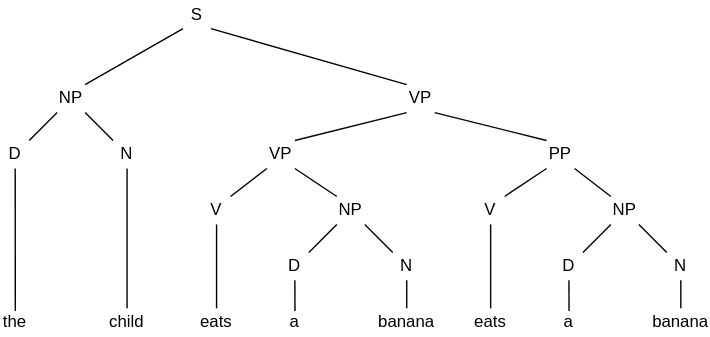
Earlier version of the draw.io export Untitled Diagram.drawio.svg (WassayShahid/Draw.io). Source tidied: cells renumbered, new cells last; positions are measured from the earlier drawing's top-left corner, leaving out a move shared by most shapes.
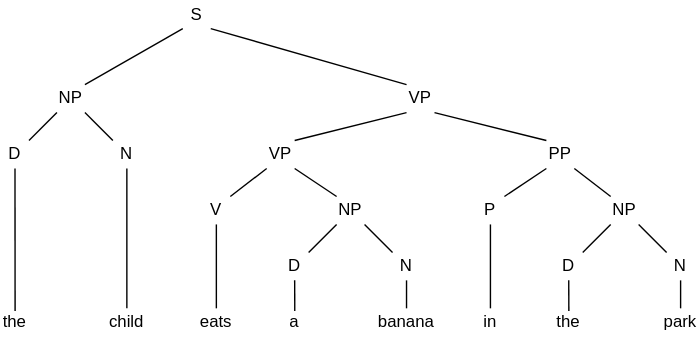
After the change.

Diff of the diagram source:
```diff
@@ -101,10 +101,10 @@
     <mxCell id="34" style="endArrow=none;html=1;rounded=0;entryX=1;entryY=1;entryDx=0;entryDy=0;exitX=0;exitY=0;exitDx=0;exitDy=0;" parent="1" edge="1" source="33" target="41">
       <mxGeometry relative="1" as="geometry" />
     </mxCell>
-    <mxCell id="35" value="a" style="text;html=1;align=center;verticalAlign=middle;whiteSpace=wrap;rounded=0;" parent="1" vertex="1">
+    <mxCell id="35" value="the" style="text;html=1;align=center;verticalAlign=middle;whiteSpace=wrap;rounded=0;" parent="1" vertex="1">
       <mxGeometry x="396" y="220" width="20" height="20" as="geometry" />
     </mxCell>
-    <mxCell id="36" value="banana" style="text;html=1;align=center;verticalAlign=middle;whiteSpace=wrap;rounded=0;" parent="1" vertex="1">
+    <mxCell id="36" value="park" style="text;html=1;align=center;verticalAlign=middle;whiteSpace=wrap;rounded=0;" parent="1" vertex="1">
       <mxGeometry x="476" y="220" width="20" height="20" as="geometry" />
     </mxCell>
     <mxCell id="37" style="endArrow=none;html=1;rounded=0;entryX=0.5;entryY=1;entryDx=0;entryDy=0;exitX=0.5;exitY=0;exitDx=0;exitDy=0;" parent="1" edge="1" source="36" target="33">
@@ -113,7 +113,7 @@
     <mxCell id="38" style="endArrow=none;html=1;rounded=0;entryX=0.5;entryY=1;entryDx=0;entryDy=0;exitX=0.504;exitY=0.096;exitDx=0;exitDy=0;exitPerimeter=0;" parent="1" edge="1" source="35" target="31">
       <mxGeometry relative="1" as="geometry" />
     </mxCell>
-    <mxCell id="39" value="V" style="text;html=1;align=center;verticalAlign=middle;whiteSpace=wrap;rounded=0;" parent="1" vertex="1">
+    <mxCell id="39" value="P" style="text;html=1;align=center;verticalAlign=middle;whiteSpace=wrap;rounded=0;" parent="1" vertex="1">
       <mxGeometry x="340" y="140" width="20" height="20" as="geometry" />
     </mxCell>
     <mxCell id="40" style="endArrow=none;html=1;rounded=0;entryX=0;entryY=1;entryDx=0;entryDy=0;exitX=1;exitY=0;exitDx=0;exitDy=0;" parent="1" edge="1" source="39" target="12">
@@ -131,7 +131,7 @@
     <mxCell id="44" style="endArrow=none;html=1;rounded=0;exitX=0.5;exitY=0;exitDx=0;exitDy=0;entryX=0.5;entryY=1;entryDx=0;entryDy=0;" parent="1" edge="1" source="43" target="27">
       <mxGeometry relative="1" as="geometry" />
     </mxCell>
-    <mxCell id="45" value="eats" style="text;html=1;align=center;verticalAlign=middle;whiteSpace=wrap;rounded=0;" parent="1" vertex="1">
+    <mxCell id="45" value="in" style="text;html=1;align=center;verticalAlign=middle;whiteSpace=wrap;rounded=0;" parent="1" vertex="1">
       <mxGeometry x="340" y="220" width="20" height="20" as="geometry" />
     </mxCell>
     <mxCell id="46" style="endArrow=none;html=1;rounded=0;exitX=0.5;exitY=0;exitDx=0;exitDy=0;entryX=0.5;entryY=1;entryDx=0;entryDy=0;" parent="1" edge="1" source="45">
```
